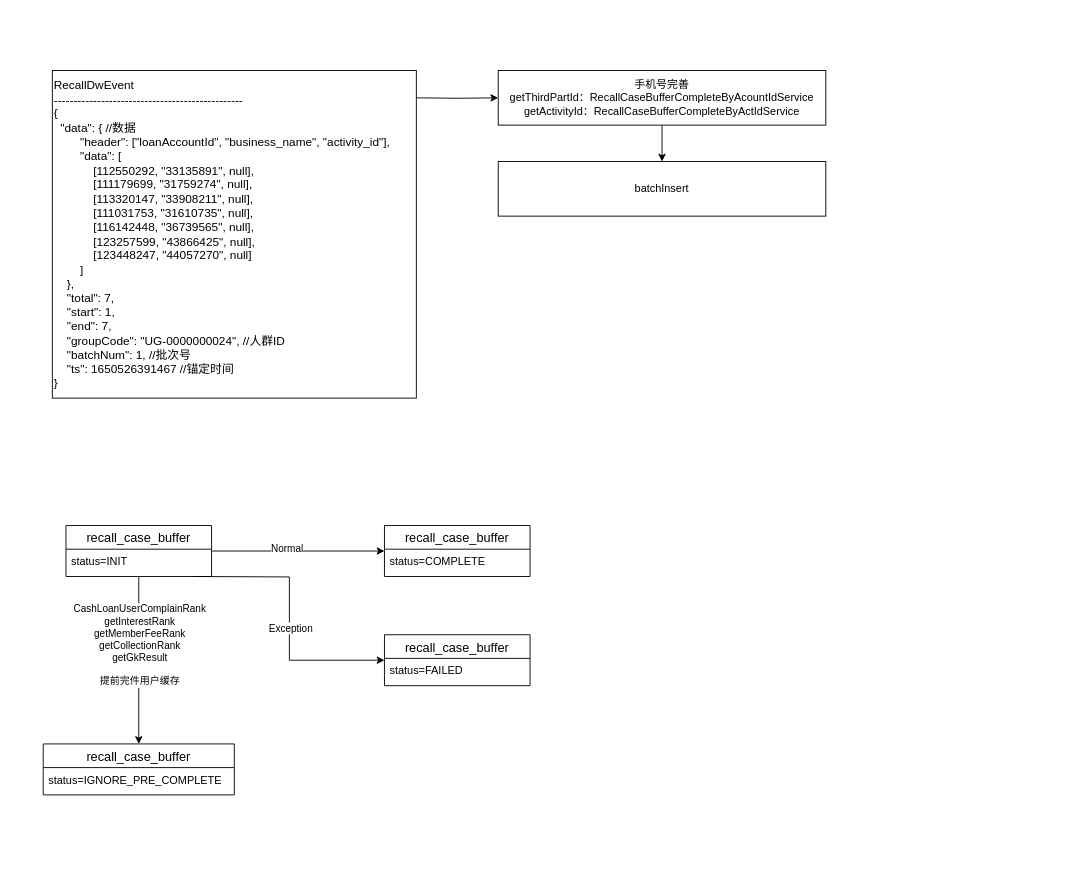
Earlier version of the draw.io diagram page "buffer状态变化" (1 of 2) of 数据变化图.drawio (ABIN-DS/flowchart). Source tidied: cells renumbered, new cells numbered last; positions are measured from the earlier drawing's top-left corner, leaving out a move shared by most shapes. Both pictures are drawn from the tidied source at 91%, with x=0, y=0 at pixel (43, 70).
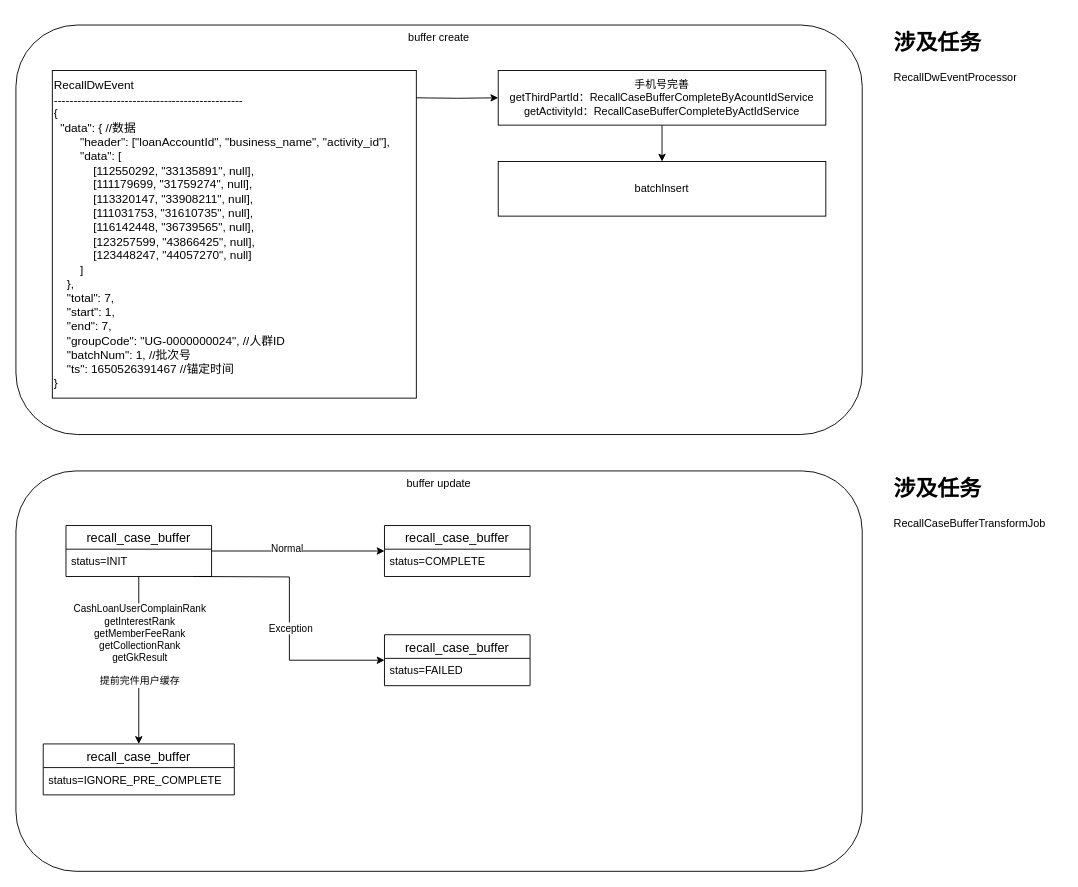
The same diagram, later.

Commit message:
更新数据变化图.drawio

Change to the diagram source:
```diff
@@
+    <mxCell id="21" value="buffer update" style="rounded=1;whiteSpace=wrap;html=1;verticalAlign=top;" parent="1" vertex="1">
+      <mxGeometry x="-30" y="440" width="930" height="440" as="geometry" />
+    </mxCell>
+    <mxCell id="22" value="buffer create" style="rounded=1;whiteSpace=wrap;html=1;horizontal=1;verticalAlign=top;" parent="1" vertex="1">
+      <mxGeometry x="-30" y="-50" width="930" height="450" as="geometry" />
+    </mxCell>
@@
+    <mxCell id="23" value="&lt;h1&gt;涉及任务&lt;/h1&gt;&lt;p&gt;RecallDwEventProcessor&lt;/p&gt;" style="text;html=1;strokeColor=none;fillColor=none;spacing=5;spacingTop=-20;whiteSpace=wrap;overflow=hidden;rounded=0;" parent="1" vertex="1">
+      <mxGeometry x="930" y="-50" width="190" height="120" as="geometry" />
+    </mxCell>
+    <mxCell id="24" value="&lt;h1&gt;涉及任务&lt;/h1&gt;&lt;p&gt;RecallCaseBufferTransformJob&lt;/p&gt;" style="text;html=1;strokeColor=none;fillColor=none;spacing=5;spacingTop=-20;whiteSpace=wrap;overflow=hidden;rounded=0;" parent="1" vertex="1">
+      <mxGeometry x="930" y="440" width="190" height="120" as="geometry" />
+    </mxCell>
```
